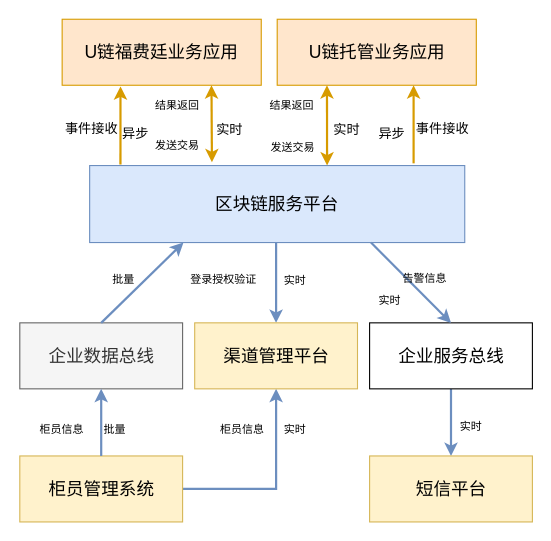
This is repository/drawio/postb/上线部署-逻辑架构图.drawio from dilide/collections, a draw.io file, before an edit. Source tidied: cells renumbered, new cells numbered last; positions are measured from the earlier drawing's top-left corner, leaving out a move shared by most shapes. Both pictures are drawn from the tidied source at 110%, with x=0, y=0 at pixel (20, 19).
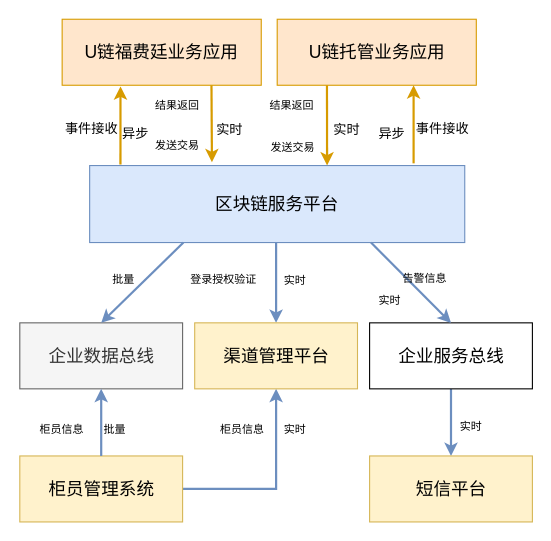
The same diagram, later.

Commit message:
Update 上线部署-逻辑架构图.drawio

Unchanged cells that the change refers to:
```xml
<mxCell id="3" value="区块链服务平台" style="rounded=0;whiteSpace=wrap;html=1;fontSize=16;fillColor=#dae8fc;strokeColor=#6c8ebf;" parent="1" vertex="1">
  <mxGeometry x="63" y="133" width="341" height="70" as="geometry" />
</mxCell>
<mxCell id="4" value="U链福费廷业务应用" style="rounded=0;whiteSpace=wrap;html=1;fontSize=16;fillColor=#ffe6cc;strokeColor=#d79b00;" parent="1" vertex="1">
  <mxGeometry x="38" width="181" height="60" as="geometry" />
</mxCell>
<mxCell id="5" value="U链托管业务应用" style="rounded=0;whiteSpace=wrap;html=1;fontSize=16;fillColor=#ffe6cc;strokeColor=#d79b00;" parent="1" vertex="1">
  <mxGeometry x="233.5" width="181" height="60" as="geometry" />
</mxCell>
<mxCell id="6" value="企业数据总线" style="rounded=0;whiteSpace=wrap;html=1;fontSize=16;fillColor=#f5f5f5;strokeColor=#666666;fontColor=#333333;" parent="1" vertex="1">
  <mxGeometry x="-0.5" y="276" width="148" height="60" as="geometry" />
</mxCell>
```

Diff of the diagram source:
```diff
@@
-    <mxCell id="13" style="endArrow=classic;startArrow=classic;html=1;strokeColor=#d79b00;strokeWidth=2;fontSize=16;entryX=0.75;entryY=1;entryDx=0;entryDy=0;exitX=0.326;exitY=-0.043;exitDx=0;exitDy=0;exitPerimeter=0;fillColor=#ffe6cc;" parent="1" edge="1" source="3" target="4">
+    <mxCell id="13" style="endArrow=none;startArrow=classic;html=1;strokeColor=#d79b00;strokeWidth=2;fontSize=16;entryX=0.75;entryY=1;entryDx=0;entryDy=0;exitX=0.326;exitY=-0.043;exitDx=0;exitDy=0;exitPerimeter=0;fillColor=#ffe6cc;endFill=0;" parent="1" edge="1" source="3" target="4">
       <mxGeometry relative="1" as="geometry" />
     </mxCell>
-    <mxCell id="14" style="endArrow=classic;startArrow=classic;html=1;strokeColor=#d79b00;strokeWidth=2;fontSize=16;entryX=0.25;entryY=1;entryDx=0;entryDy=0;exitX=0.633;exitY=0;exitDx=0;exitDy=0;exitPerimeter=0;fillColor=#ffe6cc;" parent="1" edge="1" source="3" target="5">
+    <mxCell id="14" style="endArrow=none;startArrow=classic;html=1;strokeColor=#d79b00;strokeWidth=2;fontSize=16;entryX=0.25;entryY=1;entryDx=0;entryDy=0;exitX=0.633;exitY=0;exitDx=0;exitDy=0;exitPerimeter=0;fillColor=#ffe6cc;endFill=0;" parent="1" edge="1" source="3" target="5">
       <mxGeometry relative="1" as="geometry" />
     </mxCell>
@@
-    <mxCell id="22" style="endArrow=classic;html=1;strokeColor=#6C8EBF;strokeWidth=2;fontSize=10;exitX=0.5;exitY=0;exitDx=0;exitDy=0;entryX=0.25;entryY=1;entryDx=0;entryDy=0;" parent="1" edge="1" source="6" target="3">
+    <mxCell id="22" style="endArrow=classic;html=1;strokeColor=#6C8EBF;strokeWidth=2;fontSize=10;exitX=0.25;exitY=1;exitDx=0;exitDy=0;entryX=0.5;entryY=0;entryDx=0;entryDy=0;" parent="1" edge="1" source="3" target="6">
       <mxGeometry relative="1" as="geometry" />
     </mxCell>
```
